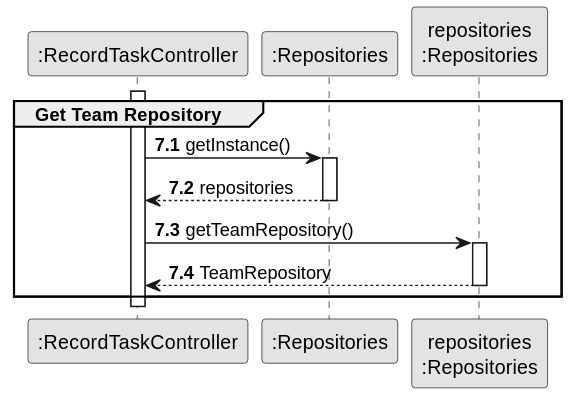
Earlier version of the PlantUML export docs/sprintC/us029/03.design/svg/us029-sequence-diagram-partial-get-team-repository.svg (ricardomm7/leaflink).
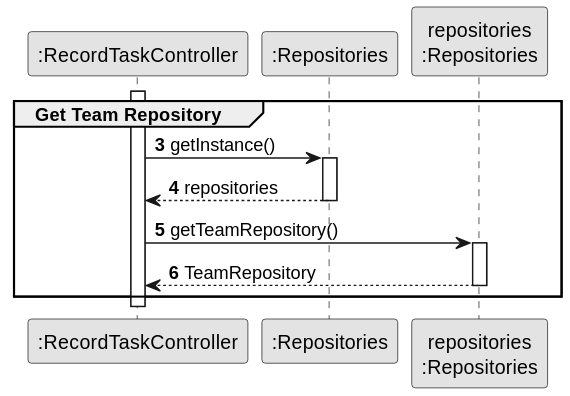
After the commit.

What changed in the source:
```diff
@@ -7,14 +7,12 @@
 participant ":RecordTaskController" as CTRL
 participant ":Repositories" as RepositorySingleton
 participant "repositories\n:Repositories" as PLAT
-autonumber 7
+autonumber 3
 
 
 activate CTRL
 
-
     group Get Team Repository
-    autonumber 7.1
 
             CTRL -> RepositorySingleton: getInstance()
             activate RepositorySingleton
```
